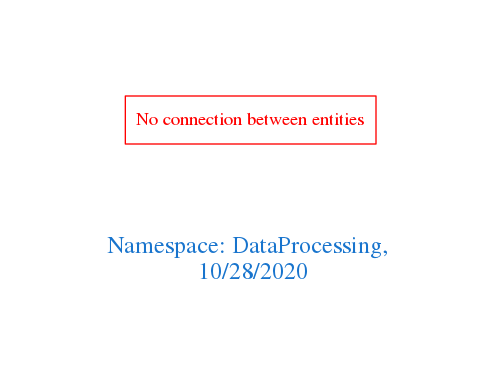
Earlier version of the Graphviz export downloads/DataProcessing.png (arago/OGIT). Its source is kept beside it as downloads/DataProcessing.dot.
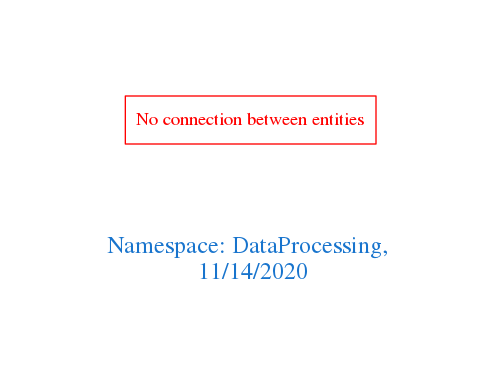
The same diagram one commit later.

The edit, as a diff of the source:
```diff
@@ -1,7 +1,7 @@
 digraph OGIT_ontology {
  graph [ rankdir= LR,pad=1
 fontsize = 18,
-fontcolor= dodgerblue3,label = "\n\n\nNamespace: DataProcessing, \n 10/28/2020"];
+fontcolor= dodgerblue3,label = "\n\n\nNamespace: DataProcessing, \n 11/14/2020"];
 node[shape=polygon];
 edge [  color="gray81"];
 
```
